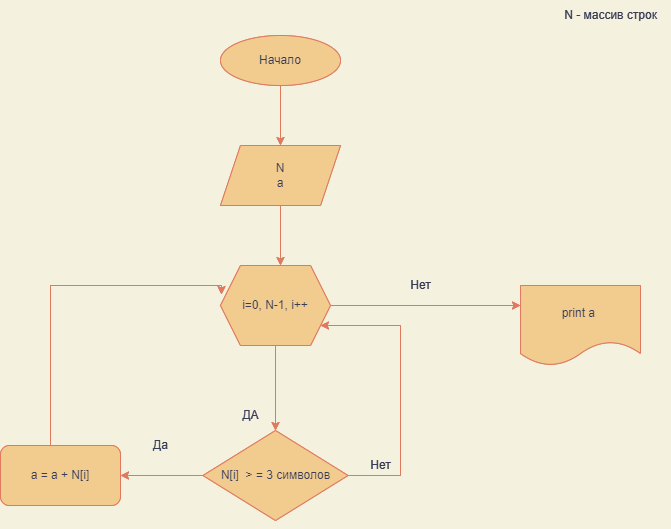
This is блок-схема.png from IslamshinAA/final_test_work, a draw.io export, as it was before one commit. Source tidied: cells renumbered, new cells last; positions are measured from the earlier drawing's top-left corner, leaving out a move shared by most shapes.
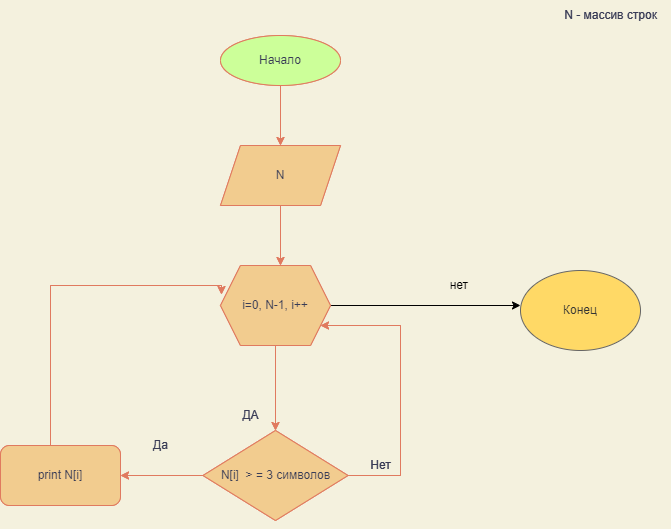
After the commit.

Commit message:
блок-схема_правка

Change to the diagram source:
```diff
@@ -29,11 +29,6 @@
         </Array>
       </mxGeometry>
     </mxCell>
-    <mxCell id="8" style="edgeStyle=orthogonalEdgeStyle;rounded=0;jettySize=auto;html=1;labelBackgroundColor=#F4F1DE;strokeColor=#E07A5F;fontColor=#393C56;" parent="1" edge="1" source="10">
-      <mxGeometry relative="1" as="geometry">
-        <mxPoint x="520" y="305" as="targetPoint" />
-      </mxGeometry>
-    </mxCell>
     <mxCell id="9" style="edgeStyle=orthogonalEdgeStyle;rounded=0;jettySize=auto;html=1;entryX=0.5;entryY=0;entryDx=0;entryDy=0;labelBackgroundColor=#F4F1DE;strokeColor=#E07A5F;fontColor=#393C56;" parent="1" edge="1" source="10" target="15">
       <mxGeometry relative="1" as="geometry" />
     </mxCell>
@@ -43,9 +38,6 @@
     <mxCell id="11" value="ДА" style="text;html=1;align=center;verticalAlign=middle;strokeColor=none;fillColor=none;fontColor=#393C56;" parent="1" vertex="1">
       <mxGeometry x="230" y="400" width="40" height="30" as="geometry" />
     </mxCell>
-    <mxCell id="12" value="Нет" style="text;html=1;align=center;verticalAlign=middle;strokeColor=none;fillColor=none;fontColor=#393C56;" parent="1" vertex="1">
-      <mxGeometry x="400" y="270" width="40" height="30" as="geometry" />
-    </mxCell>
     <mxCell id="13" style="edgeStyle=orthogonalEdgeStyle;rounded=0;jettySize=auto;html=1;labelBackgroundColor=#F4F1DE;strokeColor=#E07A5F;fontColor=#393C56;" parent="1" edge="1" source="15">
       <mxGeometry relative="1" as="geometry">
         <mxPoint x="120" y="475" as="targetPoint" />
@@ -79,16 +71,24 @@
     <mxCell id="19" value="a = a + N[i]" style="rounded=1;whiteSpace=wrap;html=1;fillColor=#F2CC8F;strokeColor=#E07A5F;fontColor=#393C56;" parent="1" vertex="1">
       <mxGeometry y="445" width="120" height="60" as="geometry" />
     </mxCell>
-    <mxCell id="20" value="print a&amp;nbsp;" style="shape=document;whiteSpace=wrap;html=1;boundedLbl=1;fillColor=#F2CC8F;strokeColor=#E07A5F;fontColor=#393C56;" parent="1" vertex="1">
-      <mxGeometry x="520" y="285" width="120" height="80" as="geometry" />
-    </mxCell>
+    <mxCell id="41" style="edgeStyle=orthogonalEdgeStyle;rounded=0;jettySize=auto;html=1;" parent="1" edge="1" source="30">
+      <mxGeometry relative="1" as="geometry">
+        <mxPoint x="520" y="305" as="targetPoint" />
+      </mxGeometry>
+    </mxCell>
+    <mxCell id="42" value="нет&amp;nbsp;" style="text;html=1;align=center;verticalAlign=middle;strokeColor=none;fillColor=none;" parent="1" vertex="1">
+      <mxGeometry x="435" y="270" width="50" height="30" as="geometry" />
+    </mxCell>
+    <mxCell id="43" value="Конец" style="ellipse;whiteSpace=wrap;html=1;fillColor=#FFD966;strokeColor=#666666;fontColor=#333333;" parent="1" vertex="1">
+      <mxGeometry x="520" y="270" width="120" height="80" as="geometry" />
+    </mxCell>
     <mxCell id="21" value="Слой без названия" parent="0" />
     <mxCell id="22" style="edgeStyle=orthogonalEdgeStyle;rounded=0;jettySize=auto;html=1;labelBackgroundColor=#F4F1DE;strokeColor=#E07A5F;fontColor=#393C56;" parent="21" edge="1" source="23">
       <mxGeometry relative="1" as="geometry">
         <mxPoint x="280" y="145" as="targetPoint" />
       </mxGeometry>
     </mxCell>
-    <mxCell id="23" value="Начало" style="ellipse;whiteSpace=wrap;html=1;fillColor=#F2CC8F;strokeColor=#E07A5F;fontColor=#393C56;" parent="21" vertex="1">
+    <mxCell id="23" value="Начало" style="ellipse;whiteSpace=wrap;html=1;fillColor=#CCFF99;strokeColor=#E07A5F;fontColor=#393C56;" parent="21" vertex="1">
       <mxGeometry x="220" y="35" width="120" height="50" as="geometry" />
     </mxCell>
     <mxCell id="24" style="edgeStyle=orthogonalEdgeStyle;rounded=0;jettySize=auto;html=1;labelBackgroundColor=#F4F1DE;strokeColor=#E07A5F;fontColor=#393C56;" parent="21" edge="1" source="25">
@@ -96,7 +96,7 @@
         <mxPoint x="280" y="265" as="targetPoint" />
       </mxGeometry>
     </mxCell>
-    <mxCell id="25" value="N&lt;br&gt;a" style="shape=parallelogram;perimeter=parallelogramPerimeter;whiteSpace=wrap;html=1;fixedSize=1;fillColor=#F2CC8F;strokeColor=#E07A5F;fontColor=#393C56;" parent="21" vertex="1">
+    <mxCell id="25" value="N&lt;br&gt;" style="shape=parallelogram;perimeter=parallelogramPerimeter;whiteSpace=wrap;html=1;fixedSize=1;fillColor=#F2CC8F;strokeColor=#E07A5F;fontColor=#393C56;" parent="21" vertex="1">
       <mxGeometry x="220" y="145" width="120" height="60" as="geometry" />
     </mxCell>
     <mxCell id="26" value="N - массив строк" style="text;html=1;align=center;verticalAlign=middle;strokeColor=none;fillColor=none;fontColor=#393C56;" parent="21" vertex="1">
@@ -110,11 +110,6 @@
         </Array>
       </mxGeometry>
     </mxCell>
-    <mxCell id="28" style="edgeStyle=orthogonalEdgeStyle;rounded=0;jettySize=auto;html=1;labelBackgroundColor=#F4F1DE;strokeColor=#E07A5F;fontColor=#393C56;" parent="21" edge="1" source="30">
-      <mxGeometry relative="1" as="geometry">
-        <mxPoint x="520" y="305" as="targetPoint" />
-      </mxGeometry>
-    </mxCell>
     <mxCell id="29" style="edgeStyle=orthogonalEdgeStyle;rounded=0;jettySize=auto;html=1;entryX=0.5;entryY=0;entryDx=0;entryDy=0;labelBackgroundColor=#F4F1DE;strokeColor=#E07A5F;fontColor=#393C56;" parent="21" edge="1" source="30" target="35">
       <mxGeometry relative="1" as="geometry" />
     </mxCell>
@@ -124,9 +119,6 @@
     <mxCell id="31" value="ДА" style="text;html=1;align=center;verticalAlign=middle;strokeColor=none;fillColor=none;fontColor=#393C56;" parent="21" vertex="1">
       <mxGeometry x="230" y="400" width="40" height="30" as="geometry" />
     </mxCell>
-    <mxCell id="32" value="Нет" style="text;html=1;align=center;verticalAlign=middle;strokeColor=none;fillColor=none;fontColor=#393C56;" parent="21" vertex="1">
-      <mxGeometry x="400" y="270" width="40" height="30" as="geometry" />
-    </mxCell>
     <mxCell id="33" style="edgeStyle=orthogonalEdgeStyle;rounded=0;jettySize=auto;html=1;labelBackgroundColor=#F4F1DE;strokeColor=#E07A5F;fontColor=#393C56;" parent="21" edge="1" source="35">
       <mxGeometry relative="1" as="geometry">
         <mxPoint x="120" y="475" as="targetPoint" />
@@ -157,11 +149,8 @@
         </Array>
       </mxGeometry>
     </mxCell>
-    <mxCell id="39" value="a = a + N[i]" style="rounded=1;whiteSpace=wrap;html=1;fillColor=#F2CC8F;strokeColor=#E07A5F;fontColor=#393C56;" parent="21" vertex="1">
+    <mxCell id="39" value="print N[i]" style="rounded=1;whiteSpace=wrap;html=1;fillColor=#F2CC8F;strokeColor=#E07A5F;fontColor=#393C56;" parent="21" vertex="1">
       <mxGeometry y="445" width="120" height="60" as="geometry" />
     </mxCell>
-    <mxCell id="40" value="print a&amp;nbsp;" style="shape=document;whiteSpace=wrap;html=1;boundedLbl=1;fillColor=#F2CC8F;strokeColor=#E07A5F;fontColor=#393C56;" parent="21" vertex="1">
-      <mxGeometry x="520" y="285" width="120" height="80" as="geometry" />
-    </mxCell>
   </root>
 </mxGraphModel>
```
